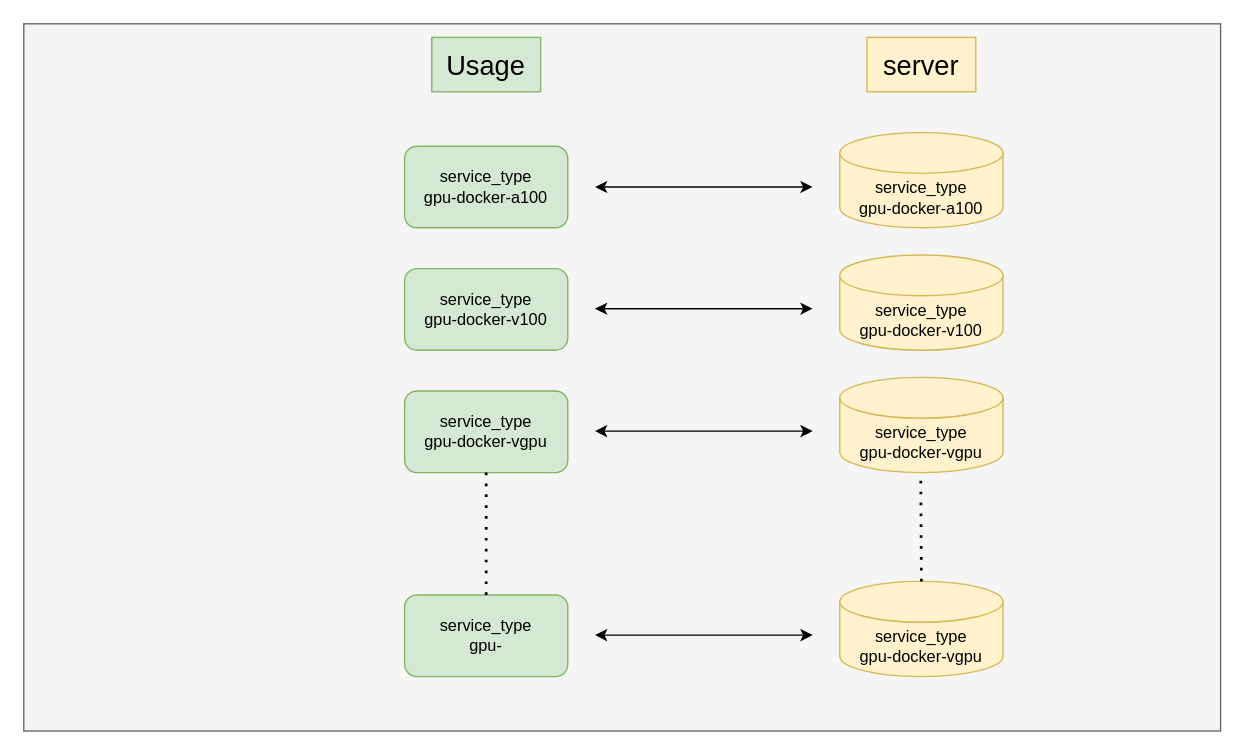
Above: finops-cost-insight-gpu-1.drawio in YanshanSong/draw.io (draw.io), before the change. Source tidied: cells renumbered, new cells numbered last; positions are measured from the earlier drawing's top-left corner, leaving out a move shared by most shapes. Both pictures are drawn from the tidied source at 136%, with x=0, y=0 at pixel (23, 23).
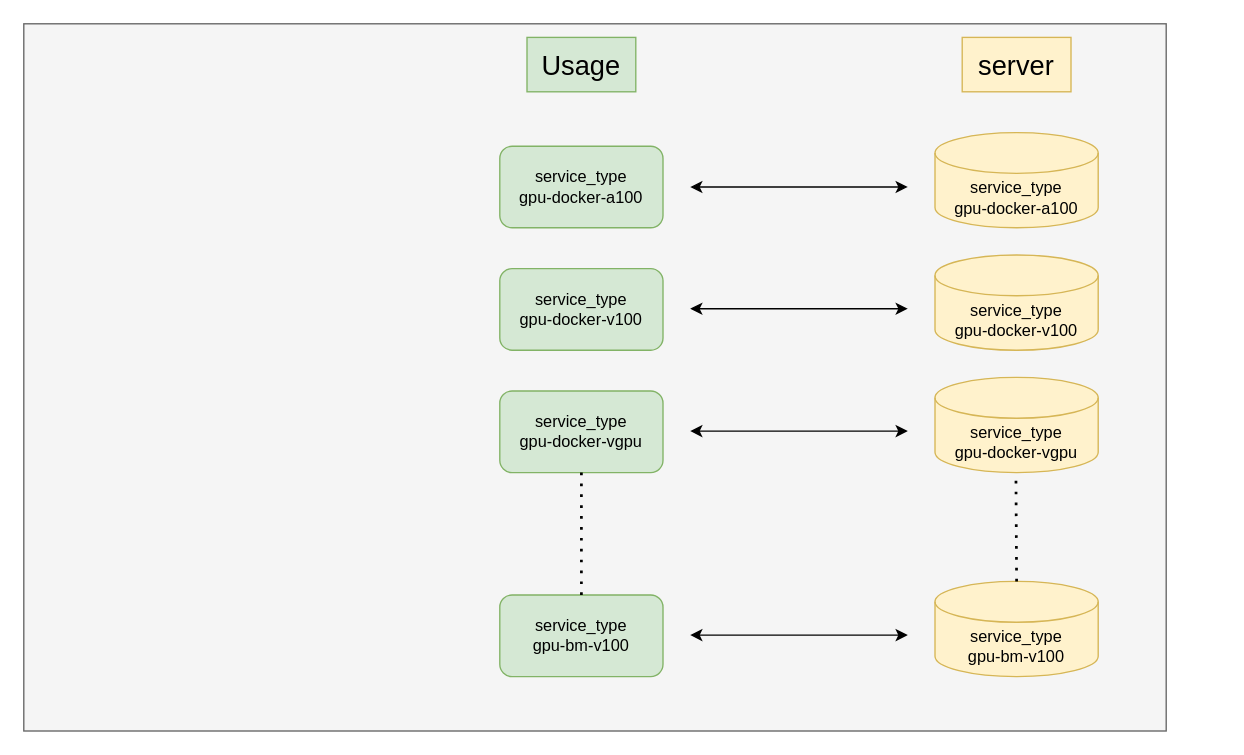
The same diagram, later.

Diff of the diagram source:
```diff
@@
     <mxCell id="2" style="rounded=0;whiteSpace=wrap;html=1;fillColor=#f5f5f5;fontColor=#333333;strokeColor=#666666;" parent="1" vertex="1">
-      <mxGeometry width="880" height="520" as="geometry" />
+      <mxGeometry width="840" height="520" as="geometry" />
     </mxCell>
+    <mxCell id="19" style="group;" parent="1" vertex="1">
+      <mxGeometry x="350" y="10" width="440" height="470" as="geometry" />
+    </mxCell>
-    <mxCell id="3" value="service_type&lt;br&gt;gpu-docker-a100" style="rounded=1;whiteSpace=wrap;html=1;fillColor=#d5e8d4;strokeColor=#82b366;" parent="1" vertex="1">
-      <mxGeometry x="280" y="90" width="120" height="60" as="geometry" />
+    <mxCell id="3" value="service_type&lt;br&gt;gpu-docker-a100" style="rounded=1;whiteSpace=wrap;html=1;fillColor=#d5e8d4;strokeColor=#82b366;" parent="19" vertex="1">
+      <mxGeometry y="80" width="120" height="60" as="geometry" />
     </mxCell>
-    <mxCell id="4" value="service_type&lt;br&gt;gpu-docker-v100" style="rounded=1;whiteSpace=wrap;html=1;fillColor=#d5e8d4;strokeColor=#82b366;" parent="1" vertex="1">
-      <mxGeometry x="280" y="180" width="120" height="60" as="geometry" />
+    <mxCell id="4" value="service_type&lt;br&gt;gpu-docker-v100" style="rounded=1;whiteSpace=wrap;html=1;fillColor=#d5e8d4;strokeColor=#82b366;" parent="19" vertex="1">
+      <mxGeometry y="170" width="120" height="60" as="geometry" />
     </mxCell>
-    <mxCell id="5" value="service_type&lt;br&gt;gpu-docker-vgpu" style="rounded=1;whiteSpace=wrap;html=1;fillColor=#d5e8d4;strokeColor=#82b366;" parent="1" vertex="1">
-      <mxGeometry x="280" y="270" width="120" height="60" as="geometry" />
+    <mxCell id="5" value="service_type&lt;br&gt;gpu-docker-vgpu" style="rounded=1;whiteSpace=wrap;html=1;fillColor=#d5e8d4;strokeColor=#82b366;" parent="19" vertex="1">
+      <mxGeometry y="260" width="120" height="60" as="geometry" />
     </mxCell>
-    <mxCell id="6" value="service_type&lt;br&gt;gpu-" style="rounded=1;whiteSpace=wrap;html=1;fillColor=#d5e8d4;strokeColor=#82b366;" parent="1" vertex="1">
-      <mxGeometry x="280" y="420" width="120" height="60" as="geometry" />
+    <mxCell id="6" value="service_type&lt;br&gt;gpu-bm-v100" style="rounded=1;whiteSpace=wrap;html=1;fillColor=#d5e8d4;strokeColor=#82b366;" parent="19" vertex="1">
+      <mxGeometry y="410" width="120" height="60" as="geometry" />
     </mxCell>
-    <mxCell id="7" value="Usage" style="text;html=1;strokeColor=#82b366;fillColor=#d5e8d4;align=center;verticalAlign=middle;whiteSpace=wrap;rounded=0;strokeWidth=1;fontSize=20;fontStyle=0;" parent="1" vertex="1">
-      <mxGeometry x="300" y="10" width="80" height="40" as="geometry" />
+    <mxCell id="7" value="Usage" style="text;html=1;strokeColor=#82b366;fillColor=#d5e8d4;align=center;verticalAlign=middle;whiteSpace=wrap;rounded=0;strokeWidth=1;fontSize=20;fontStyle=0;" parent="19" vertex="1">
+      <mxGeometry x="20" width="80" height="40" as="geometry" />
     </mxCell>
-    <mxCell id="8" style="endArrow=none;dashed=1;html=1;dashPattern=1 3;strokeWidth=2;rounded=0;exitX=0.5;exitY=0;exitDx=0;exitDy=0;entryX=0.5;entryY=1;entryDx=0;entryDy=0;" parent="1" edge="1" source="6" target="5">
+    <mxCell id="8" style="endArrow=none;dashed=1;html=1;dashPattern=1 3;strokeWidth=2;rounded=0;exitX=0.5;exitY=0;exitDx=0;exitDy=0;entryX=0.5;entryY=1;entryDx=0;entryDy=0;" parent="19" edge="1" source="6" target="5">
       <mxGeometry relative="1" as="geometry" />
     </mxCell>
+    <mxCell id="20" style="group;" parent="19" vertex="1">
+      <mxGeometry x="140" width="300" height="470" as="geometry" />
+    </mxCell>
+    <mxCell id="15" style="endArrow=classic;startArrow=classic;html=1;rounded=0;" parent="20" edge="1">
+      <mxGeometry relative="1" as="geometry">
+        <mxPoint y="110" as="sourcePoint" />
+        <mxPoint x="160" y="110" as="targetPoint" />
+      </mxGeometry>
+    </mxCell>
+    <mxCell id="16" style="endArrow=classic;startArrow=classic;html=1;rounded=0;" parent="20" edge="1">
+      <mxGeometry relative="1" as="geometry">
+        <mxPoint y="199.5" as="sourcePoint" />
+        <mxPoint x="160" y="199.5" as="targetPoint" />
+      </mxGeometry>
+    </mxCell>
+    <mxCell id="17" style="endArrow=classic;startArrow=classic;html=1;rounded=0;" parent="20" edge="1">
+      <mxGeometry relative="1" as="geometry">
+        <mxPoint y="289.5" as="sourcePoint" />
+        <mxPoint x="160" y="289.5" as="targetPoint" />
+      </mxGeometry>
+    </mxCell>
+    <mxCell id="18" style="endArrow=classic;startArrow=classic;html=1;rounded=0;" parent="20" edge="1">
+      <mxGeometry relative="1" as="geometry">
+        <mxPoint y="439.5" as="sourcePoint" />
+        <mxPoint x="160" y="439.5" as="targetPoint" />
+      </mxGeometry>
+    </mxCell>
+    <mxCell id="21" style="group;" parent="20" vertex="1">
+      <mxGeometry x="180" width="120" height="470" as="geometry" />
+    </mxCell>
-    <mxCell id="9" value="service_type&lt;br&gt;gpu-docker-a100" style="shape=cylinder3;whiteSpace=wrap;html=1;boundedLbl=1;backgroundOutline=1;size=15;fillColor=#fff2cc;strokeColor=#d6b656;" parent="1" vertex="1">
-      <mxGeometry x="600" y="80" width="120" height="70" as="geometry" />
+    <mxCell id="9" value="service_type&lt;br&gt;gpu-docker-a100" style="shape=cylinder3;whiteSpace=wrap;html=1;boundedLbl=1;backgroundOutline=1;size=15;fillColor=#fff2cc;strokeColor=#d6b656;" parent="21" vertex="1">
+      <mxGeometry y="70" width="120" height="70" as="geometry" />
     </mxCell>
-    <mxCell id="10" value="server" style="text;html=1;strokeColor=#d6b656;fillColor=#fff2cc;align=center;verticalAlign=middle;whiteSpace=wrap;rounded=0;strokeWidth=1;fontSize=20;fontStyle=0;" parent="1" vertex="1">
-      <mxGeometry x="620" y="10" width="80" height="40" as="geometry" />
+    <mxCell id="10" value="server" style="text;html=1;strokeColor=#d6b656;fillColor=#fff2cc;align=center;verticalAlign=middle;whiteSpace=wrap;rounded=0;strokeWidth=1;fontSize=20;fontStyle=0;" parent="21" vertex="1">
+      <mxGeometry x="20" width="80" height="40" as="geometry" />
     </mxCell>
-    <mxCell id="11" value="service_type&lt;br&gt;gpu-docker-v100" style="shape=cylinder3;whiteSpace=wrap;html=1;boundedLbl=1;backgroundOutline=1;size=15;fillColor=#fff2cc;strokeColor=#d6b656;" parent="1" vertex="1">
-      <mxGeometry x="600" y="170" width="120" height="70" as="geometry" />
+    <mxCell id="11" value="service_type&lt;br&gt;gpu-docker-v100" style="shape=cylinder3;whiteSpace=wrap;html=1;boundedLbl=1;backgroundOutline=1;size=15;fillColor=#fff2cc;strokeColor=#d6b656;" parent="21" vertex="1">
+      <mxGeometry y="160" width="120" height="70" as="geometry" />
     </mxCell>
-    <mxCell id="12" value="service_type&lt;br&gt;gpu-docker-vgpu" style="shape=cylinder3;whiteSpace=wrap;html=1;boundedLbl=1;backgroundOutline=1;size=15;fillColor=#fff2cc;strokeColor=#d6b656;" parent="1" vertex="1">
-      <mxGeometry x="600" y="260" width="120" height="70" as="geometry" />
+    <mxCell id="12" value="service_type&lt;br&gt;gpu-docker-vgpu" style="shape=cylinder3;whiteSpace=wrap;html=1;boundedLbl=1;backgroundOutline=1;size=15;fillColor=#fff2cc;strokeColor=#d6b656;" parent="21" vertex="1">
+      <mxGeometry y="250" width="120" height="70" as="geometry" />
     </mxCell>
-    <mxCell id="13" value="service_type&lt;br&gt;gpu-docker-vgpu" style="shape=cylinder3;whiteSpace=wrap;html=1;boundedLbl=1;backgroundOutline=1;size=15;fillColor=#fff2cc;strokeColor=#d6b656;" parent="1" vertex="1">
-      <mxGeometry x="600" y="410" width="120" height="70" as="geometry" />
+    <mxCell id="13" value="service_type&lt;br&gt;gpu-bm-v100" style="shape=cylinder3;whiteSpace=wrap;html=1;boundedLbl=1;backgroundOutline=1;size=15;fillColor=#fff2cc;strokeColor=#d6b656;" parent="21" vertex="1">
+      <mxGeometry y="400" width="120" height="70" as="geometry" />
     </mxCell>
-    <mxCell id="14" style="endArrow=none;dashed=1;html=1;dashPattern=1 3;strokeWidth=2;rounded=0;entryX=0.5;entryY=1;entryDx=0;entryDy=0;" parent="1" edge="1">
+    <mxCell id="14" style="endArrow=none;dashed=1;html=1;dashPattern=1 3;strokeWidth=2;rounded=0;entryX=0.5;entryY=1;entryDx=0;entryDy=0;" parent="21" edge="1">
       <mxGeometry relative="1" as="geometry">
-        <mxPoint x="660" y="410" as="sourcePoint" />
-        <mxPoint x="659.5" y="330" as="targetPoint" />
+        <mxPoint x="60" y="400" as="sourcePoint" />
+        <mxPoint x="59.5" y="320" as="targetPoint" />
       </mxGeometry>
     </mxCell>
-    <mxCell id="15" style="endArrow=classic;startArrow=classic;html=1;rounded=0;" parent="1" edge="1">
-      <mxGeometry relative="1" as="geometry">
-        <mxPoint x="420" y="120" as="sourcePoint" />
-        <mxPoint x="580" y="120" as="targetPoint" />
-      </mxGeometry>
-    </mxCell>
-    <mxCell id="16" style="endArrow=classic;startArrow=classic;html=1;rounded=0;" parent="1" edge="1">
-      <mxGeometry relative="1" as="geometry">
-        <mxPoint x="420" y="209.5" as="sourcePoint" />
-        <mxPoint x="580" y="209.5" as="targetPoint" />
-      </mxGeometry>
-    </mxCell>
-    <mxCell id="17" style="endArrow=classic;startArrow=classic;html=1;rounded=0;" parent="1" edge="1">
-      <mxGeometry relative="1" as="geometry">
-        <mxPoint x="420" y="299.5" as="sourcePoint" />
-        <mxPoint x="580" y="299.5" as="targetPoint" />
-      </mxGeometry>
-    </mxCell>
-    <mxCell id="18" style="endArrow=classic;startArrow=classic;html=1;rounded=0;" parent="1" edge="1">
-      <mxGeometry relative="1" as="geometry">
-        <mxPoint x="420" y="449.5" as="sourcePoint" />
-        <mxPoint x="580" y="449.5" as="targetPoint" />
-      </mxGeometry>
-    </mxCell>
```
